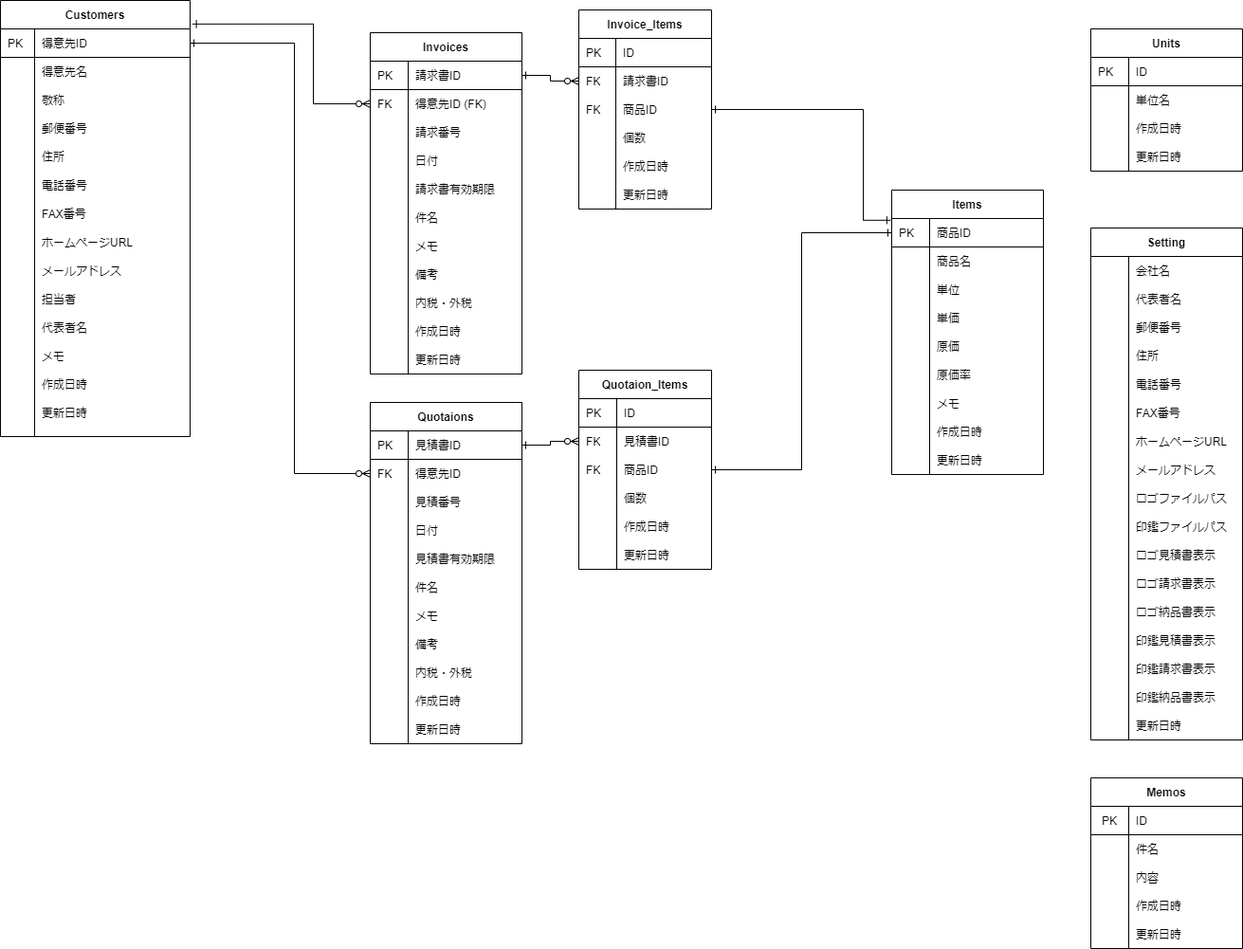
gamasenninn/caddie-clone keeps this draw.io diagram as soho_er.png. Above is the earlier version. Source tidied: cells renumbered, new cells last; positions are measured from the earlier drawing's top-left corner, leaving out a move shared by most shapes.
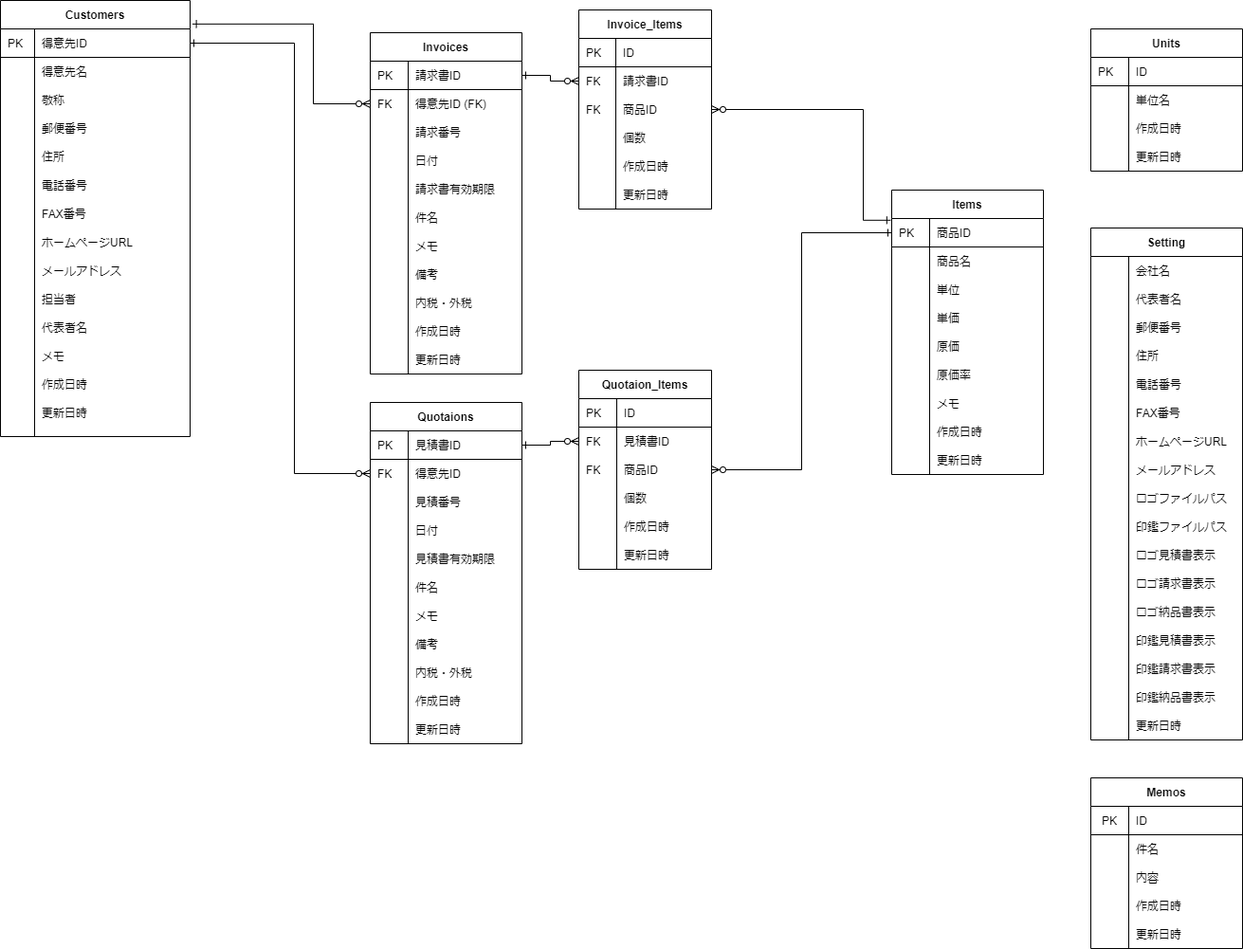
Later version of the same file.

Change to the diagram source:
```diff
@@ -750,7 +750,7 @@
     <mxCell id="247" style="edgeStyle=orthogonalEdgeStyle;rounded=0;jettySize=auto;html=1;exitX=0;exitY=0.5;exitDx=0;exitDy=0;entryX=1;entryY=0.5;entryDx=0;entryDy=0;startArrow=ERzeroToMany;startFill=1;endArrow=ERone;endFill=0;" parent="1" edge="1" source="164" target="127">
       <mxGeometry relative="1" as="geometry" />
     </mxCell>
-    <mxCell id="248" style="edgeStyle=orthogonalEdgeStyle;rounded=0;jettySize=auto;html=1;exitX=-0.007;exitY=0.106;exitDx=0;exitDy=0;startArrow=ERone;startFill=0;endArrow=ERone;endFill=0;exitPerimeter=0;entryX=1;entryY=0.5;entryDx=0;entryDy=0;" parent="1" edge="1" source="45" target="114">
+    <mxCell id="248" style="edgeStyle=orthogonalEdgeStyle;rounded=0;jettySize=auto;html=1;exitX=-0.007;exitY=0.106;exitDx=0;exitDy=0;startArrow=ERone;startFill=0;endArrow=ERzeroToMany;endFill=1;exitPerimeter=0;entryX=1;entryY=0.5;entryDx=0;entryDy=0;" parent="1" edge="1" source="45" target="114">
       <mxGeometry relative="1" as="geometry">
         <Array as="points">
           <mxPoint x="910" y="232" />
@@ -758,7 +758,7 @@
         </Array>
       </mxGeometry>
     </mxCell>
-    <mxCell id="249" style="edgeStyle=orthogonalEdgeStyle;rounded=0;jettySize=auto;html=1;exitX=0;exitY=0.5;exitDx=0;exitDy=0;startArrow=ERone;startFill=0;endArrow=ERone;endFill=0;entryX=1;entryY=0.5;entryDx=0;entryDy=0;" parent="1" edge="1" source="46" target="167">
+    <mxCell id="249" style="edgeStyle=orthogonalEdgeStyle;rounded=0;jettySize=auto;html=1;exitX=0;exitY=0.5;exitDx=0;exitDy=0;startArrow=ERone;startFill=0;endArrow=ERzeroToMany;endFill=1;entryX=1;entryY=0.5;entryDx=0;entryDy=0;" parent="1" edge="1" source="46" target="167">
       <mxGeometry relative="1" as="geometry" />
     </mxCell>
     <mxCell id="250" value="Memos" style="shape=table;startSize=30;rowLines=0;fontStyle=1;align=center;" parent="1" vertex="1">
```
